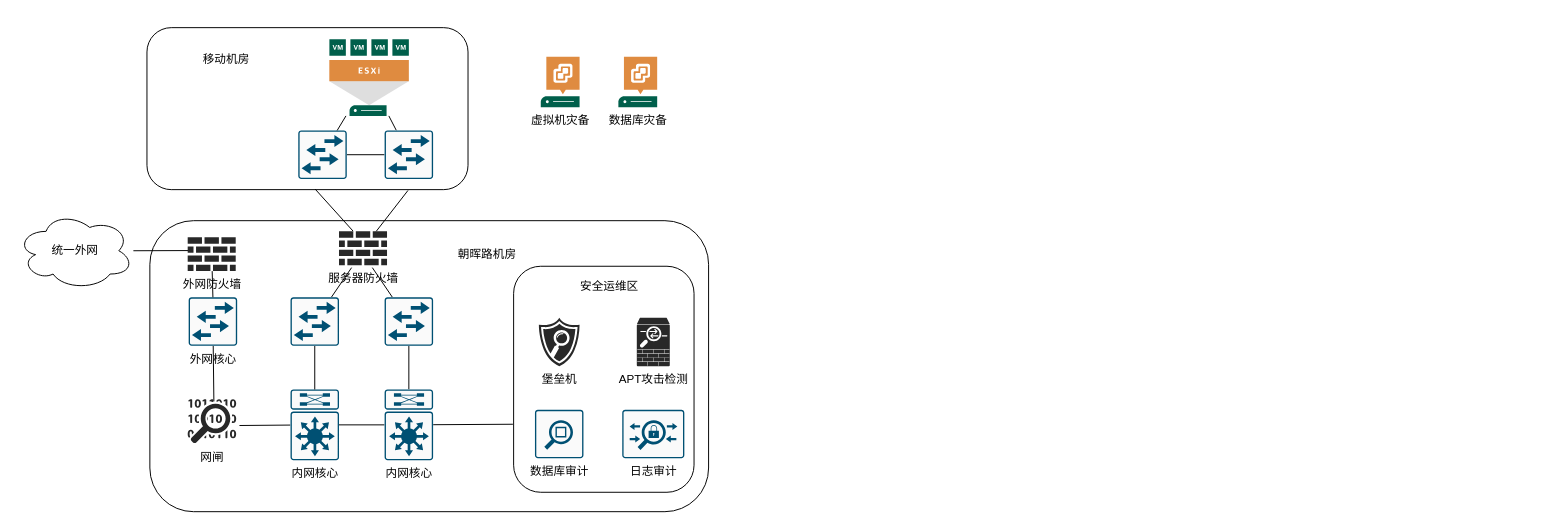
This is 鄞州妇保所朝晖路规划.drawio from star49097989/diagrams.net, a draw.io file, before an edit. Source tidied: cells renumbered, new cells numbered last; positions are measured from the earlier drawing's top-left corner, leaving out a move shared by most shapes. Both pictures are drawn from the tidied source at 97%, with x=0, y=0 at pixel (16, 27).
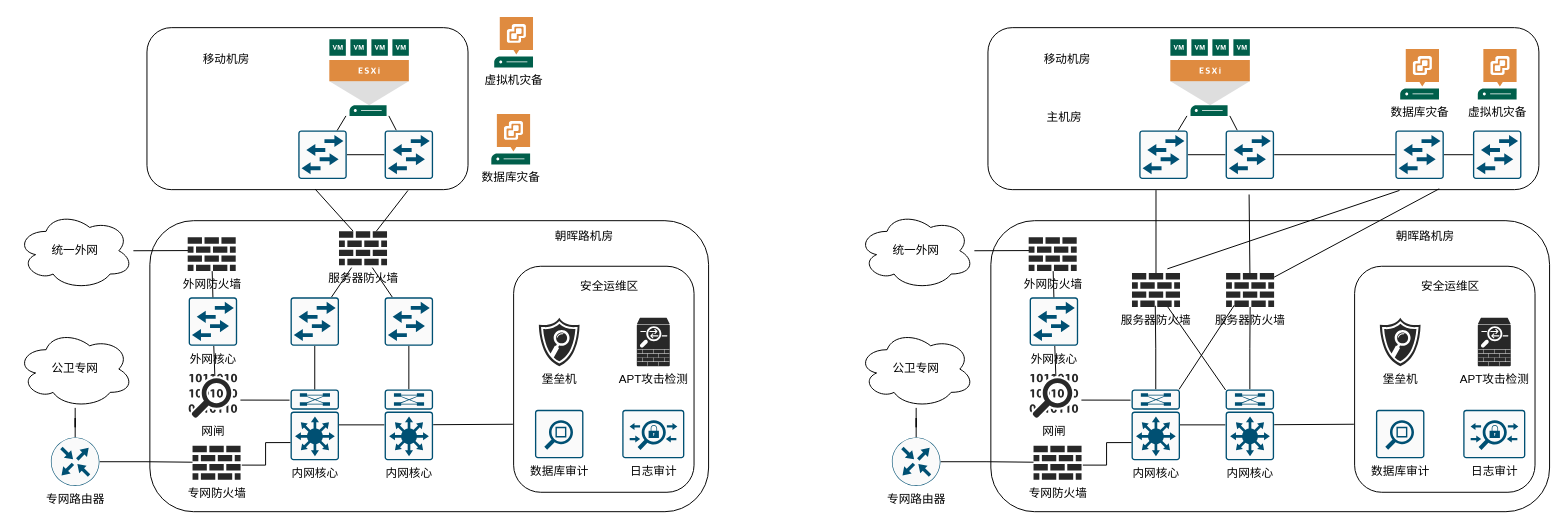
Above is the later version.

Commit message:
Update 鄞州妇保所朝晖路规划.drawio

The change refers to these unchanged cells:
```xml
<mxCell id="7" value="内网核心" style="points=[[0.015,0.015,0],[0.985,0.015,0],[0.985,0.985,0],[0.015,0.985,0],[0.25,0,0],[0.5,0,0],[0.75,0,0],[1,0.25,0],[1,0.5,0],[1,0.75,0],[0.75,1,0],[0.5,1,0],[0.25,1,0],[0,0.75,0],[0,0.5,0],[0,0.25,0]];verticalLabelPosition=bottom;html=1;verticalAlign=top;align=center;shape=mxgraph.cisco19.rect;prIcon=l3_modular;fillColor=#FAFAFA;strokeColor=#005073;" parent="1" vertex="1">
  <mxGeometry x="282" y="373" width="50" height="73" as="geometry" />
</mxCell>
```

Diff of the diagram source:
```diff
@@
-    <mxCell id="5" style="edgeStyle=none;rounded=0;jettySize=auto;html=1;entryX=1.067;entryY=0.597;entryDx=0;entryDy=0;entryPerimeter=0;endArrow=none;endFill=0;" parent="1" edge="1" source="7" target="25">
+    <mxCell id="5" style="edgeStyle=none;rounded=0;jettySize=auto;html=1;entryX=1.067;entryY=0.597;entryDx=0;entryDy=0;entryPerimeter=0;endArrow=none;endFill=0;exitX=-0.02;exitY=0.151;exitDx=0;exitDy=0;exitPerimeter=0;" parent="1" edge="1" source="7" target="25">
       <mxGeometry relative="1" as="geometry" />
     </mxCell>
@@
     <mxCell id="18" value="虚拟机灾备" style="shadow=0;dashed=0;html=1;strokeColor=none;fillColor=#005F4B;labelPosition=center;verticalLabelPosition=bottom;verticalAlign=top;align=center;shape=mxgraph.veeam2.vcenter_server;" parent="1" vertex="1">
-      <mxGeometry x="540" y="30" width="40" height="52" as="geometry" />
+      <mxGeometry x="492" y="-11" width="40" height="52" as="geometry" />
     </mxCell>
@@
     <mxCell id="20" value="朝晖路机房" style="text;html=1;strokeColor=none;fillColor=none;align=center;verticalAlign=middle;whiteSpace=wrap;rounded=0;" parent="1" vertex="1">
-      <mxGeometry x="446" y="222" width="78" height="23" as="geometry" />
+      <mxGeometry x="546" y="203" width="78" height="23" as="geometry" />
     </mxCell>
@@
     <mxCell id="25" value="网闸" style="verticalLabelPosition=bottom;html=1;fillColor=#282828;strokeColor=none;verticalAlign=top;align=center;shape=mxgraph.cisco_safe.security_icons.icon13;" parent="1" vertex="1">
-      <mxGeometry x="176" y="383" width="50" height="45.5" as="geometry" />
+      <mxGeometry x="177" y="356.8" width="50" height="45.5" as="geometry" />
     </mxCell>
@@
     <mxCell id="40" value="数据库灾备" style="shadow=0;dashed=0;html=1;strokeColor=none;fillColor=#005F4B;labelPosition=center;verticalLabelPosition=bottom;verticalAlign=top;align=center;shape=mxgraph.veeam2.vcenter_server;" parent="1" vertex="1">
-      <mxGeometry x="620" y="30" width="40" height="52" as="geometry" />
+      <mxGeometry x="489" y="89" width="40" height="52" as="geometry" />
     </mxCell>
+    <mxCell id="41" style="edgeStyle=orthogonalEdgeStyle;rounded=0;jettySize=auto;html=1;endArrow=none;endFill=0;" parent="1" edge="1" source="42" target="46">
+      <mxGeometry relative="1" as="geometry" />
+    </mxCell>
+    <mxCell id="42" value="公卫专网" style="ellipse;shape=cloud;whiteSpace=wrap;html=1;" parent="1" vertex="1">
+      <mxGeometry y="312" width="120" height="80" as="geometry" />
+    </mxCell>
+    <mxCell id="43" style="rounded=0;jettySize=auto;html=1;entryX=0;entryY=0.75;entryDx=0;entryDy=0;entryPerimeter=0;endArrow=none;endFill=0;exitX=1.026;exitY=0.571;exitDx=0;exitDy=0;exitPerimeter=0;edgeStyle=orthogonalEdgeStyle;" parent="1" edge="1" source="44" target="7">
+      <mxGeometry relative="1" as="geometry" />
+    </mxCell>
+    <mxCell id="44" value="专网防火墙" style="verticalLabelPosition=bottom;html=1;fillColor=#282828;strokeColor=none;verticalAlign=top;align=center;shape=mxgraph.cisco_safe.security_icons.firewall;" parent="1" vertex="1">
+      <mxGeometry x="181" y="431" width="49.5" height="35" as="geometry" />
+    </mxCell>
+    <mxCell id="45" style="edgeStyle=orthogonalEdgeStyle;rounded=0;jettySize=auto;html=1;entryX=0;entryY=0.486;entryDx=0;entryDy=0;entryPerimeter=0;endArrow=none;endFill=0;" parent="1" edge="1" source="46" target="44">
+      <mxGeometry relative="1" as="geometry" />
+    </mxCell>
+    <mxCell id="46" value="专网路由器" style="points=[[0.5,0,0],[1,0.5,0],[0.5,1,0],[0,0.5,0],[0.145,0.145,0],[0.8555,0.145,0],[0.855,0.8555,0],[0.145,0.855,0]];verticalLabelPosition=bottom;html=1;verticalAlign=top;align=center;shape=mxgraph.cisco19.rect;prIcon=router;fillColor=#FAFAFA;strokeColor=#005073;" parent="1" vertex="1">
+      <mxGeometry x="35" y="422.5" width="50" height="50" as="geometry" />
+    </mxCell>
+    <mxCell id="47" style="rounded=1;whiteSpace=wrap;html=1;" parent="1" vertex="1">
+      <mxGeometry x="1004" y="199" width="576" height="300" as="geometry" />
+    </mxCell>
+    <mxCell id="48" style="rounded=1;whiteSpace=wrap;html=1;" parent="1" vertex="1">
+      <mxGeometry x="1379" y="246" width="186" height="233" as="geometry" />
+    </mxCell>
+    <mxCell id="49" style="rounded=1;whiteSpace=wrap;html=1;" parent="1" vertex="1">
+      <mxGeometry x="1001" width="568" height="167" as="geometry" />
+    </mxCell>
+    <mxCell id="50" style="edgeStyle=none;rounded=0;jettySize=auto;html=1;entryX=1.067;entryY=0.597;entryDx=0;entryDy=0;entryPerimeter=0;endArrow=none;endFill=0;exitX=-0.02;exitY=0.151;exitDx=0;exitDy=0;exitPerimeter=0;" parent="1" edge="1" source="54" target="71">
+      <mxGeometry relative="1" as="geometry" />
+    </mxCell>
+    <mxCell id="51" style="edgeStyle=none;rounded=0;jettySize=auto;html=1;entryX=0;entryY=0.5;entryDx=0;entryDy=0;entryPerimeter=0;endArrow=none;endFill=0;" parent="1" edge="1" source="54" target="84">
+      <mxGeometry relative="1" as="geometry" />
+    </mxCell>
+    <mxCell id="52" style="edgeStyle=orthogonalEdgeStyle;rounded=0;jettySize=auto;html=1;entryX=0.485;entryY=0.963;entryDx=0;entryDy=0;entryPerimeter=0;endArrow=none;endFill=0;" parent="1" edge="1" source="54" target="68">
+      <mxGeometry relative="1" as="geometry" />
+    </mxCell>
+    <mxCell id="53" style="rounded=0;jettySize=auto;html=1;entryX=0.172;entryY=0.947;entryDx=0;entryDy=0;entryPerimeter=0;endArrow=none;endFill=0;" parent="1" edge="1" source="54" target="97">
+      <mxGeometry relative="1" as="geometry" />
+    </mxCell>
+    <mxCell id="54" value="内网核心" style="points=[[0.015,0.015,0],[0.985,0.015,0],[0.985,0.985,0],[0.015,0.985,0],[0.25,0,0],[0.5,0,0],[0.75,0,0],[1,0.25,0],[1,0.5,0],[1,0.75,0],[0.75,1,0],[0.5,1,0],[0.25,1,0],[0,0.75,0],[0,0.5,0],[0,0.25,0]];verticalLabelPosition=bottom;html=1;verticalAlign=top;align=center;shape=mxgraph.cisco19.rect;prIcon=l3_modular;fillColor=#FAFAFA;strokeColor=#005073;" parent="1" vertex="1">
+      <mxGeometry x="1149" y="373" width="50" height="73" as="geometry" />
+    </mxCell>
+    <mxCell id="55" style="edgeStyle=none;rounded=0;jettySize=auto;html=1;entryX=0;entryY=0.5;entryDx=0;entryDy=0;entryPerimeter=0;endArrow=none;endFill=0;" parent="1" edge="1" source="56" target="63">
+      <mxGeometry relative="1" as="geometry" />
+    </mxCell>
+    <mxCell id="56" style="points=[[0.015,0.015,0],[0.985,0.015,0],[0.985,0.985,0],[0.015,0.985,0],[0.25,0,0],[0.5,0,0],[0.75,0,0],[1,0.25,0],[1,0.5,0],[1,0.75,0],[0.75,1,0],[0.5,1,0],[0.25,1,0],[0,0.75,0],[0,0.5,0],[0,0.25,0]];verticalLabelPosition=bottom;html=1;verticalAlign=top;align=center;shape=mxgraph.cisco19.rect;prIcon=workgroup_switch;fillColor=#FAFAFA;strokeColor=#005073;" parent="1" vertex="1">
+      <mxGeometry x="1157" y="106" width="50" height="50" as="geometry" />
+    </mxCell>
+    <mxCell id="57" style="edgeStyle=none;rounded=0;jettySize=auto;html=1;endArrow=none;endFill=0;" parent="1" edge="1" source="59" target="56">
+      <mxGeometry relative="1" as="geometry" />
+    </mxCell>
+    <mxCell id="58" style="edgeStyle=none;rounded=0;jettySize=auto;html=1;endArrow=none;endFill=0;" parent="1" edge="1" source="59" target="63">
+      <mxGeometry relative="1" as="geometry" />
+    </mxCell>
+    <mxCell id="59" style="shadow=0;dashed=0;html=1;strokeColor=none;fillColor=#005F4B;labelPosition=center;verticalLabelPosition=bottom;verticalAlign=top;align=center;outlineConnect=0;shape=mxgraph.veeam2.esxi_host;" parent="1" vertex="1">
+      <mxGeometry x="1189" y="12" width="82" height="79" as="geometry" />
+    </mxCell>
+    <mxCell id="60" style="edgeStyle=none;rounded=0;jettySize=auto;html=1;entryX=0;entryY=0.5;entryDx=0;entryDy=0;entryPerimeter=0;endArrow=none;endFill=0;" parent="1" edge="1" source="61" target="85">
+      <mxGeometry relative="1" as="geometry" />
+    </mxCell>
+    <mxCell id="61" style="points=[[0.015,0.015,0],[0.985,0.015,0],[0.985,0.985,0],[0.015,0.985,0],[0.25,0,0],[0.5,0,0],[0.75,0,0],[1,0.25,0],[1,0.5,0],[1,0.75,0],[0.75,1,0],[0.5,1,0],[0.25,1,0],[0,0.75,0],[0,0.5,0],[0,0.25,0]];verticalLabelPosition=bottom;html=1;verticalAlign=top;align=center;shape=mxgraph.cisco19.rect;prIcon=workgroup_switch;fillColor=#FAFAFA;strokeColor=#005073;" parent="1" vertex="1">
+      <mxGeometry x="1421" y="106" width="50" height="50" as="geometry" />
+    </mxCell>
+    <mxCell id="62" style="edgeStyle=none;rounded=0;jettySize=auto;html=1;entryX=0;entryY=0.5;entryDx=0;entryDy=0;entryPerimeter=0;endArrow=none;endFill=0;" parent="1" edge="1" source="63" target="61">
+      <mxGeometry relative="1" as="geometry" />
+    </mxCell>
+    <mxCell id="63" style="points=[[0.015,0.015,0],[0.985,0.015,0],[0.985,0.985,0],[0.015,0.985,0],[0.25,0,0],[0.5,0,0],[0.75,0,0],[1,0.25,0],[1,0.5,0],[1,0.75,0],[0.75,1,0],[0.5,1,0],[0.25,1,0],[0,0.75,0],[0,0.5,0],[0,0.25,0]];verticalLabelPosition=bottom;html=1;verticalAlign=top;align=center;shape=mxgraph.cisco19.rect;prIcon=workgroup_switch;fillColor=#FAFAFA;strokeColor=#005073;" parent="1" vertex="1">
+      <mxGeometry x="1246" y="106" width="50" height="50" as="geometry" />
+    </mxCell>
+    <mxCell id="64" value="虚拟机灾备" style="shadow=0;dashed=0;html=1;strokeColor=none;fillColor=#005F4B;labelPosition=center;verticalLabelPosition=bottom;verticalAlign=top;align=center;shape=mxgraph.veeam2.vcenter_server;" parent="1" vertex="1">
+      <mxGeometry x="1506" y="22" width="40" height="52" as="geometry" />
+    </mxCell>
+    <mxCell id="65" value="移动机房" style="text;html=1;strokeColor=none;fillColor=none;align=center;verticalAlign=middle;whiteSpace=wrap;rounded=0;" parent="1" vertex="1">
+      <mxGeometry x="1044" y="12" width="78" height="42" as="geometry" />
+    </mxCell>
+    <mxCell id="66" value="朝晖路机房" style="text;html=1;strokeColor=none;fillColor=none;align=center;verticalAlign=middle;whiteSpace=wrap;rounded=0;" parent="1" vertex="1">
+      <mxGeometry x="1413" y="203" width="78" height="23" as="geometry" />
+    </mxCell>
+    <mxCell id="67" style="edgeStyle=none;rounded=0;jettySize=auto;html=1;entryX=0.305;entryY=1.003;entryDx=0;entryDy=0;entryPerimeter=0;endArrow=none;endFill=0;" parent="1" edge="1" source="68" target="49">
+      <mxGeometry relative="1" as="geometry" />
+    </mxCell>
+    <mxCell id="68" value="服务器防火墙" style="verticalLabelPosition=bottom;html=1;fillColor=#282828;strokeColor=none;verticalAlign=top;align=center;shape=mxgraph.cisco_safe.security_icons.firewall;" parent="1" vertex="1">
+      <mxGeometry x="1149.5" y="253" width="49.5" height="35" as="geometry" />
+    </mxCell>
+    <mxCell id="69" value="APT攻击检测" style="verticalLabelPosition=bottom;html=1;fillColor=#282828;strokeColor=none;verticalAlign=top;align=center;shape=mxgraph.cisco_safe.security_icons.icon9;" parent="1" vertex="1">
+      <mxGeometry x="1506" y="299" width="34" height="50" as="geometry" />
+    </mxCell>
+    <mxCell id="70" value="堡垒机" style="verticalLabelPosition=bottom;html=1;fillColor=#282828;strokeColor=none;verticalAlign=top;align=center;shape=mxgraph.cisco_safe.security_icons.icon12;" parent="1" vertex="1">
+      <mxGeometry x="1405" y="299" width="42" height="50" as="geometry" />
+    </mxCell>
+    <mxCell id="71" value="网闸" style="verticalLabelPosition=bottom;html=1;fillColor=#282828;strokeColor=none;verticalAlign=top;align=center;shape=mxgraph.cisco_safe.security_icons.icon13;" parent="1" vertex="1">
+      <mxGeometry x="1044" y="356.8" width="50" height="45.5" as="geometry" />
+    </mxCell>
+    <mxCell id="72" style="edgeStyle=none;rounded=0;jettySize=auto;html=1;entryX=0.54;entryY=0.051;entryDx=0;entryDy=0;entryPerimeter=0;endArrow=none;endFill=0;" parent="1" edge="1" source="73" target="71">
+      <mxGeometry relative="1" as="geometry" />
+    </mxCell>
+    <mxCell id="73" value="外网核心" style="points=[[0.015,0.015,0],[0.985,0.015,0],[0.985,0.985,0],[0.015,0.985,0],[0.25,0,0],[0.5,0,0],[0.75,0,0],[1,0.25,0],[1,0.5,0],[1,0.75,0],[0.75,1,0],[0.5,1,0],[0.25,1,0],[0,0.75,0],[0,0.5,0],[0,0.25,0]];verticalLabelPosition=bottom;html=1;verticalAlign=top;align=center;shape=mxgraph.cisco19.rect;prIcon=workgroup_switch;fillColor=#FAFAFA;strokeColor=#005073;" parent="1" vertex="1">
+      <mxGeometry x="1044" y="278" width="50" height="50" as="geometry" />
+    </mxCell>
+    <mxCell id="74" style="edgeStyle=none;rounded=0;jettySize=auto;html=1;entryX=0.01;entryY=0.395;entryDx=0;entryDy=0;entryPerimeter=0;endArrow=none;endFill=0;" parent="1" edge="1" source="75" target="77">
+      <mxGeometry relative="1" as="geometry" />
+    </mxCell>
+    <mxCell id="75" value="统一外网" style="ellipse;shape=cloud;whiteSpace=wrap;html=1;" parent="1" vertex="1">
+      <mxGeometry x="867" y="190" width="120" height="80" as="geometry" />
+    </mxCell>
+    <mxCell id="76" style="edgeStyle=none;rounded=0;jettySize=auto;html=1;entryX=0.5;entryY=0;entryDx=0;entryDy=0;entryPerimeter=0;endArrow=none;endFill=0;" parent="1" edge="1" source="77" target="73">
+      <mxGeometry relative="1" as="geometry" />
+    </mxCell>
+    <mxCell id="77" value="外网防火墙" style="verticalLabelPosition=bottom;html=1;fillColor=#282828;strokeColor=none;verticalAlign=top;align=center;shape=mxgraph.cisco_safe.security_icons.firewall;" parent="1" vertex="1">
+      <mxGeometry x="1043" y="216" width="49.5" height="35" as="geometry" />
+    </mxCell>
+    <mxCell id="78" value="数据库审计" style="verticalLabelPosition=bottom;html=1;verticalAlign=top;align=center;shape=mxgraph.cisco19.rect;prIcon=net_mgmt_appliance;fillColor=#FAFAFA;strokeColor=#005073;" parent="1" vertex="1">
+      <mxGeometry x="1401" y="394" width="50" height="50" as="geometry" />
+    </mxCell>
+    <mxCell id="79" value="日志审计" style="verticalLabelPosition=bottom;html=1;verticalAlign=top;align=center;shape=mxgraph.cisco19.rect;prIcon=acs;fillColor=#FAFAFA;strokeColor=#005073;" parent="1" vertex="1">
+      <mxGeometry x="1491" y="394" width="64" height="50" as="geometry" />
+    </mxCell>
+    <mxCell id="80" style="edgeStyle=none;rounded=0;jettySize=auto;html=1;entryX=-0.004;entryY=0.699;entryDx=0;entryDy=0;entryPerimeter=0;endArrow=none;endFill=0;" parent="1" edge="1" source="84" target="48">
+      <mxGeometry relative="1" as="geometry" />
+    </mxCell>
+    <mxCell id="81" style="edgeStyle=orthogonalEdgeStyle;rounded=0;jettySize=auto;html=1;endArrow=none;endFill=0;" parent="1" edge="1" source="84" target="97">
+      <mxGeometry relative="1" as="geometry" />
+    </mxCell>
+    <mxCell id="82" style="edgeStyle=none;rounded=0;jettySize=auto;html=1;endArrow=none;endFill=0;" parent="1" edge="1" source="84" target="68">
+      <mxGeometry relative="1" as="geometry" />
+    </mxCell>
+    <mxCell id="83" style="edgeStyle=none;rounded=0;jettySize=auto;html=1;entryX=0.336;entryY=1.005;entryDx=0;entryDy=0;entryPerimeter=0;endArrow=none;endFill=0;exitX=0.737;exitY=-0.124;exitDx=0;exitDy=0;exitPerimeter=0;" parent="1" edge="1" source="68">
+      <mxGeometry relative="1" as="geometry">
+        <mxPoint x="1425.3" y="167.8" as="targetPoint" />
+      </mxGeometry>
+    </mxCell>
+    <mxCell id="84" value="内网核心" style="points=[[0.015,0.015,0],[0.985,0.015,0],[0.985,0.985,0],[0.015,0.985,0],[0.25,0,0],[0.5,0,0],[0.75,0,0],[1,0.25,0],[1,0.5,0],[1,0.75,0],[0.75,1,0],[0.5,1,0],[0.25,1,0],[0,0.75,0],[0,0.5,0],[0,0.25,0]];verticalLabelPosition=bottom;html=1;verticalAlign=top;align=center;shape=mxgraph.cisco19.rect;prIcon=l3_modular;fillColor=#FAFAFA;strokeColor=#005073;" parent="1" vertex="1">
+      <mxGeometry x="1246" y="373" width="50" height="73" as="geometry" />
+    </mxCell>
+    <mxCell id="85" style="points=[[0.015,0.015,0],[0.985,0.015,0],[0.985,0.985,0],[0.015,0.985,0],[0.25,0,0],[0.5,0,0],[0.75,0,0],[1,0.25,0],[1,0.5,0],[1,0.75,0],[0.75,1,0],[0.5,1,0],[0.25,1,0],[0,0.75,0],[0,0.5,0],[0,0.25,0]];verticalLabelPosition=bottom;html=1;verticalAlign=top;align=center;shape=mxgraph.cisco19.rect;prIcon=workgroup_switch;fillColor=#FAFAFA;strokeColor=#005073;" parent="1" vertex="1">
+      <mxGeometry x="1501" y="106" width="50" height="50" as="geometry" />
+    </mxCell>
+    <mxCell id="86" value="安全运维区" style="text;html=1;strokeColor=none;fillColor=none;align=center;verticalAlign=middle;whiteSpace=wrap;rounded=0;" parent="1" vertex="1">
+      <mxGeometry x="1439" y="255" width="78" height="23" as="geometry" />
+    </mxCell>
+    <mxCell id="87" value="数据库灾备" style="shadow=0;dashed=0;html=1;strokeColor=none;fillColor=#005F4B;labelPosition=center;verticalLabelPosition=bottom;verticalAlign=top;align=center;shape=mxgraph.veeam2.vcenter_server;" parent="1" vertex="1">
+      <mxGeometry x="1426" y="22" width="40" height="52" as="geometry" />
+    </mxCell>
+    <mxCell id="88" style="edgeStyle=orthogonalEdgeStyle;rounded=0;jettySize=auto;html=1;endArrow=none;endFill=0;" parent="1" edge="1" source="89" target="93">
+      <mxGeometry relative="1" as="geometry" />
+    </mxCell>
+    <mxCell id="89" value="公卫专网" style="ellipse;shape=cloud;whiteSpace=wrap;html=1;" parent="1" vertex="1">
+      <mxGeometry x="867" y="312" width="120" height="80" as="geometry" />
+    </mxCell>
+    <mxCell id="90" style="rounded=0;jettySize=auto;html=1;entryX=0;entryY=0.75;entryDx=0;entryDy=0;entryPerimeter=0;endArrow=none;endFill=0;exitX=1.026;exitY=0.571;exitDx=0;exitDy=0;exitPerimeter=0;edgeStyle=orthogonalEdgeStyle;" parent="1" edge="1" source="91" target="54">
+      <mxGeometry relative="1" as="geometry" />
+    </mxCell>
+    <mxCell id="91" value="专网防火墙" style="verticalLabelPosition=bottom;html=1;fillColor=#282828;strokeColor=none;verticalAlign=top;align=center;shape=mxgraph.cisco_safe.security_icons.firewall;" parent="1" vertex="1">
+      <mxGeometry x="1048" y="431" width="49.5" height="35" as="geometry" />
+    </mxCell>
+    <mxCell id="92" style="edgeStyle=orthogonalEdgeStyle;rounded=0;jettySize=auto;html=1;entryX=0;entryY=0.486;entryDx=0;entryDy=0;entryPerimeter=0;endArrow=none;endFill=0;" parent="1" edge="1" source="93" target="91">
+      <mxGeometry relative="1" as="geometry" />
+    </mxCell>
+    <mxCell id="93" value="专网路由器" style="points=[[0.5,0,0],[1,0.5,0],[0.5,1,0],[0,0.5,0],[0.145,0.145,0],[0.8555,0.145,0],[0.855,0.8555,0],[0.145,0.855,0]];verticalLabelPosition=bottom;html=1;verticalAlign=top;align=center;shape=mxgraph.cisco19.rect;prIcon=router;fillColor=#FAFAFA;strokeColor=#005073;" parent="1" vertex="1">
+      <mxGeometry x="902" y="422.5" width="50" height="50" as="geometry" />
+    </mxCell>
+    <mxCell id="94" value="主机房" style="text;html=1;strokeColor=none;fillColor=none;align=center;verticalAlign=middle;whiteSpace=wrap;rounded=0;" parent="1" vertex="1">
+      <mxGeometry x="1041" y="72" width="78" height="42" as="geometry" />
+    </mxCell>
+    <mxCell id="95" style="rounded=0;jettySize=auto;html=1;entryX=0.819;entryY=0.995;entryDx=0;entryDy=0;entryPerimeter=0;endArrow=none;endFill=0;" parent="1" edge="1" source="97" target="49">
+      <mxGeometry relative="1" as="geometry" />
+    </mxCell>
+    <mxCell id="96" style="edgeStyle=none;rounded=0;jettySize=auto;html=1;endArrow=none;endFill=0;entryX=0.474;entryY=1.03;entryDx=0;entryDy=0;entryPerimeter=0;" parent="1" edge="1" source="97" target="49">
+      <mxGeometry relative="1" as="geometry" />
+    </mxCell>
+    <mxCell id="97" value="服务器防火墙" style="verticalLabelPosition=bottom;html=1;fillColor=#282828;strokeColor=none;verticalAlign=top;align=center;shape=mxgraph.cisco_safe.security_icons.firewall;" parent="1" vertex="1">
+      <mxGeometry x="1246.5" y="253" width="49.5" height="35" as="geometry" />
+    </mxCell>
```
